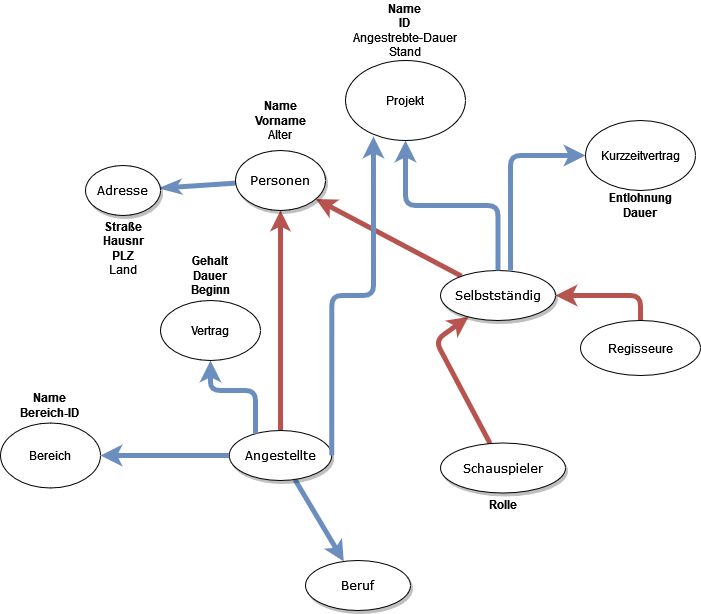
The draw.io diagram Personenverwaltung.drawio.png in Masternuss/Datenbanken2022, before a commit. Source tidied: cells renumbered, new cells last; positions are measured from the earlier drawing's top-left corner, leaving out a move shared by most shapes.
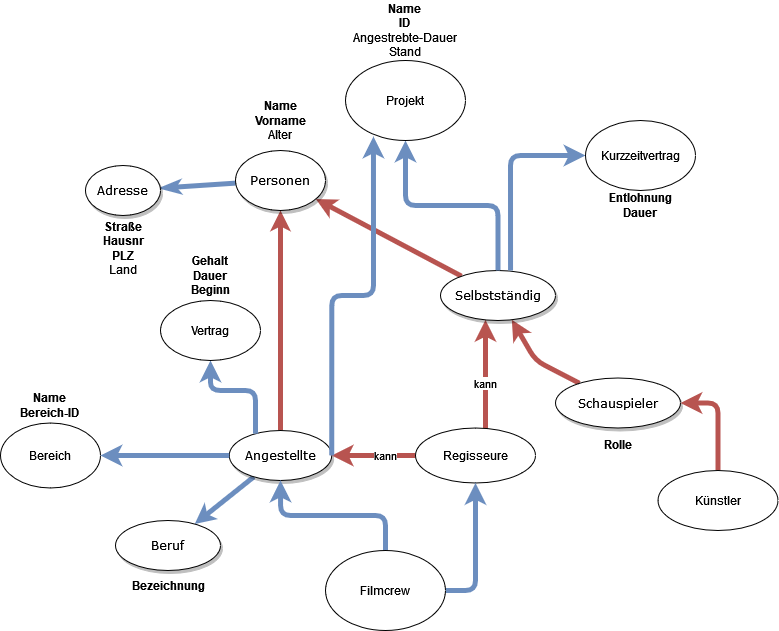
The same file after the commit.

The edit, as a diff of the source:
```diff
@@ -23,31 +23,41 @@
     <mxCell id="8" style="edgeStyle=none;rounded=1;html=1;labelBackgroundColor=none;startArrow=classic;startFill=1;startSize=5;endArrow=none;endFill=0;endSize=5;jettySize=auto;strokeColor=#b85450;strokeWidth=5;fontFamily=Verdana;fontSize=12;fillColor=#f8cecc;" parent="1" edge="1" source="10" target="11">
       <mxGeometry relative="1" as="geometry">
         <Array as="points">
-          <mxPoint x="435" y="340" />
+          <mxPoint x="535" y="360" />
         </Array>
       </mxGeometry>
     </mxCell>
     <mxCell id="9" style="edgeStyle=orthogonalEdgeStyle;rounded=1;jettySize=auto;html=1;startArrow=classic;startFill=1;endArrow=none;endFill=0;strokeWidth=5;fillColor=#f8cecc;strokeColor=#b85450;" parent="1" edge="1" source="10" target="14">
       <mxGeometry relative="1" as="geometry">
         <Array as="points">
-          <mxPoint x="640" y="295" />
+          <mxPoint x="485" y="370" />
+          <mxPoint x="485" y="370" />
         </Array>
       </mxGeometry>
     </mxCell>
+    <mxCell id="31" value="kann" style="edgeLabel;html=1;align=center;verticalAlign=middle;" parent="9" vertex="1">
+      <mxGeometry x="0.15" y="-1" relative="1" as="geometry" />
+    </mxCell>
     <mxCell id="10" value="Selbstständig" style="ellipse;whiteSpace=wrap;html=1;rounded=0;shadow=1;comic=0;labelBackgroundColor=none;strokeWidth=1;fontFamily=Verdana;fontSize=12;align=center;" parent="1" vertex="1">
       <mxGeometry x="440" y="270" width="115" height="50" as="geometry" />
     </mxCell>
     <mxCell id="11" value="Schauspieler" style="ellipse;whiteSpace=wrap;html=1;rounded=0;shadow=1;comic=0;labelBackgroundColor=none;strokeWidth=1;fontFamily=Verdana;fontSize=12;align=center;" parent="1" vertex="1">
-      <mxGeometry x="440" y="442.5" width="125" height="50" as="geometry" />
+      <mxGeometry x="555" y="377.5" width="125" height="50" as="geometry" />
     </mxCell>
     <mxCell id="12" value="Beruf" style="ellipse;whiteSpace=wrap;html=1;rounded=0;shadow=1;comic=0;labelBackgroundColor=none;strokeWidth=1;fontFamily=Verdana;fontSize=12;align=center;" parent="1" vertex="1">
-      <mxGeometry x="305" y="560" width="105" height="50" as="geometry" />
+      <mxGeometry x="115" y="520" width="105" height="50" as="geometry" />
     </mxCell>
     <mxCell id="13" value="Adresse" style="ellipse;whiteSpace=wrap;html=1;rounded=0;shadow=1;comic=0;labelBackgroundColor=none;strokeWidth=1;fontFamily=Verdana;fontSize=12;align=center;" parent="1" vertex="1">
       <mxGeometry x="85" y="165" width="75" height="50" as="geometry" />
     </mxCell>
+    <mxCell id="32" style="edgeStyle=orthogonalEdgeStyle;rounded=1;jettySize=auto;html=1;startArrow=none;startFill=0;endArrow=classic;endFill=1;strokeColor=#b85450;strokeWidth=5;fillColor=#f8cecc;" parent="1" edge="1" source="14" target="7">
+      <mxGeometry relative="1" as="geometry" />
+    </mxCell>
+    <mxCell id="33" value="kann" style="edgeLabel;html=1;align=center;verticalAlign=middle;" parent="32" vertex="1">
+      <mxGeometry x="-0.26" y="-1" relative="1" as="geometry" />
+    </mxCell>
     <mxCell id="14" value="Regisseure" style="ellipse;whiteSpace=wrap;html=1;" parent="1" vertex="1">
-      <mxGeometry x="580" y="320" width="120" height="55" as="geometry" />
+      <mxGeometry x="415" y="427.5" width="120" height="55" as="geometry" />
     </mxCell>
     <mxCell id="15" style="edgeStyle=orthogonalEdgeStyle;jettySize=auto;html=1;entryX=0.609;entryY=0;entryDx=0;entryDy=0;entryPerimeter=0;startArrow=classic;startFill=1;endArrow=none;endFill=0;strokeWidth=5;fillColor=#dae8fc;strokeColor=#6c8ebf;rounded=1;" parent="1" edge="1" source="16" target="10">
       <mxGeometry relative="1" as="geometry" />
@@ -104,7 +114,29 @@
       <mxGeometry x="180" y="250" width="60" height="50" as="geometry" />
     </mxCell>
     <mxCell id="30" value="&lt;div&gt;&lt;b&gt;Rolle&lt;/b&gt;&lt;br&gt;&lt;/div&gt;" style="text;html=1;strokeColor=none;fillColor=none;align=center;verticalAlign=middle;whiteSpace=wrap;rounded=0;" parent="1" vertex="1">
-      <mxGeometry x="452.5" y="487.5" width="100" height="32.5" as="geometry" />
+      <mxGeometry x="567.5" y="427.5" width="100" height="32.5" as="geometry" />
     </mxCell>
+    <mxCell id="34" value="&lt;b&gt;Bezeichnung&lt;/b&gt;" style="text;html=1;strokeColor=none;fillColor=none;align=center;verticalAlign=middle;whiteSpace=wrap;rounded=0;" parent="1" vertex="1">
+      <mxGeometry x="118.8" y="570" width="97.5" height="30" as="geometry" />
+    </mxCell>
+    <mxCell id="35" style="edgeStyle=orthogonalEdgeStyle;rounded=1;jettySize=auto;html=1;startArrow=none;startFill=0;endArrow=classic;endFill=1;strokeColor=#6c8ebf;strokeWidth=5;fillColor=#dae8fc;" parent="1" edge="1" source="37" target="7">
+      <mxGeometry relative="1" as="geometry" />
+    </mxCell>
+    <mxCell id="36" style="edgeStyle=orthogonalEdgeStyle;rounded=1;jettySize=auto;html=1;startArrow=none;startFill=0;endArrow=classic;endFill=1;strokeColor=#6c8ebf;strokeWidth=5;fillColor=#dae8fc;" parent="1" edge="1" source="37" target="14">
+      <mxGeometry relative="1" as="geometry">
+        <Array as="points">
+          <mxPoint x="475" y="590" />
+        </Array>
+      </mxGeometry>
+    </mxCell>
+    <mxCell id="37" value="Filmcrew" style="ellipse;whiteSpace=wrap;html=1;" parent="1" vertex="1">
+      <mxGeometry x="325" y="550" width="120" height="80" as="geometry" />
+    </mxCell>
+    <mxCell id="38" style="edgeStyle=orthogonalEdgeStyle;rounded=1;jettySize=auto;html=1;entryX=1;entryY=0.5;entryDx=0;entryDy=0;startArrow=none;startFill=0;endArrow=classic;endFill=1;strokeColor=#b85450;strokeWidth=5;fillColor=#f8cecc;" parent="1" edge="1" source="39" target="11">
+      <mxGeometry relative="1" as="geometry" />
+    </mxCell>
+    <mxCell id="39" value="Künstler" style="ellipse;whiteSpace=wrap;html=1;" parent="1" vertex="1">
+      <mxGeometry x="657.5" y="470" width="120" height="60" as="geometry" />
+    </mxCell>
   </root>
 </mxGraphModel>
```
